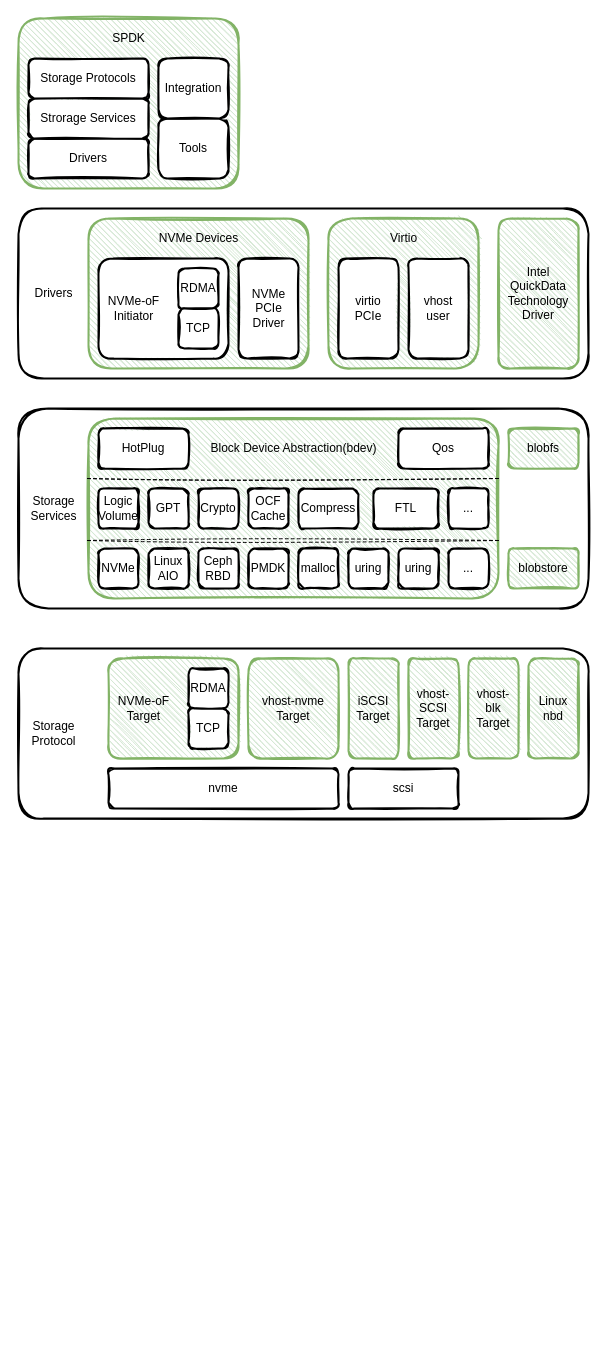
Above: page "spdk" (1 of 6) of spdk/spdk.drawio in EarthWind/deeparch (draw.io), before the change. Source tidied: cells renumbered, new cells numbered last; positions are measured from the earlier drawing's top-left corner, leaving out a move shared by most shapes. Both pictures are drawn from the tidied source at 100%, with x=0, y=0 at pixel (18, 18).
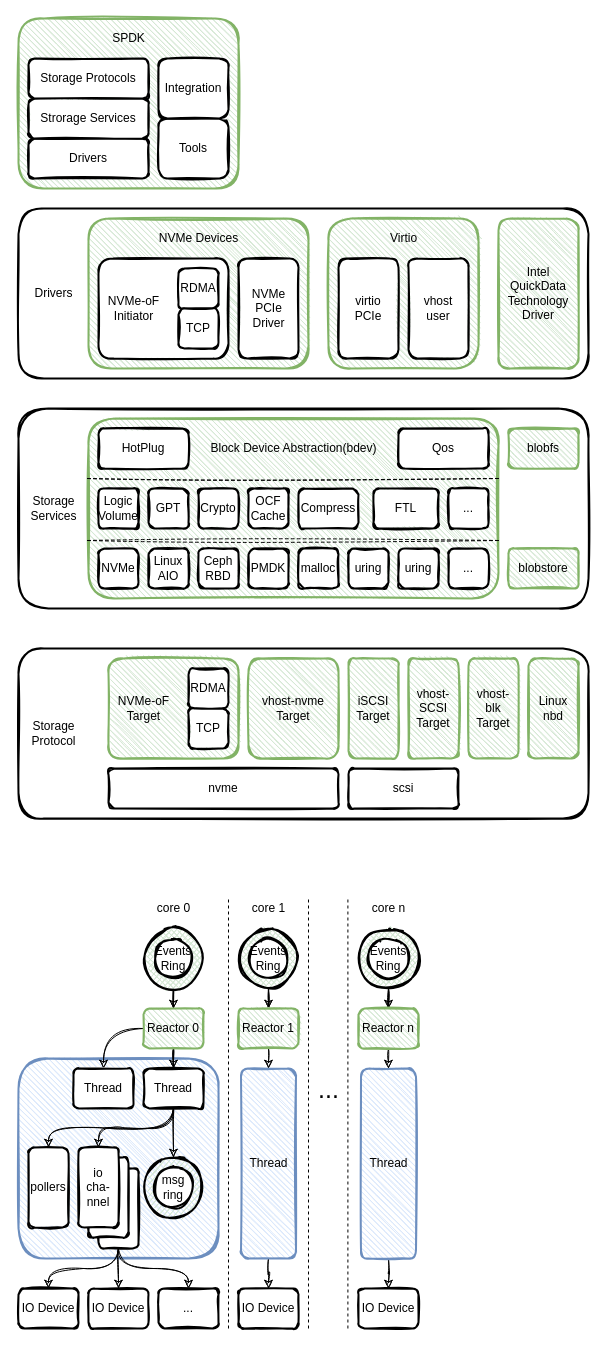
The same diagram, later.

What changed in the source:
```diff
@@
+    <mxCell id="62" style="ellipse;whiteSpace=wrap;html=1;sketch=1;strokeWidth=2;fillColor=#d5e8d4;fillWeight=1;hachureGap=4;strokeColor=none;hachureAngle=45;" parent="1" vertex="1">
+      <mxGeometry x="340" y="910" width="60" height="60" as="geometry" />
+    </mxCell>
+    <mxCell id="63" style="ellipse;whiteSpace=wrap;html=1;sketch=1;strokeWidth=2;fillColor=#d5e8d4;fillWeight=1;hachureGap=4;strokeColor=none;hachureAngle=45;" parent="1" vertex="1">
+      <mxGeometry x="220" y="910" width="60" height="60" as="geometry" />
+    </mxCell>
+    <mxCell id="64" style="ellipse;whiteSpace=wrap;html=1;sketch=1;strokeWidth=2;fillColor=#d5e8d4;fillWeight=1;hachureGap=4;strokeColor=none;hachureAngle=45;" parent="1" vertex="1">
+      <mxGeometry x="125" y="910" width="60" height="60" as="geometry" />
+    </mxCell>
+    <mxCell id="65" style="rounded=1;whiteSpace=wrap;html=1;strokeWidth=2;fillWeight=1;hachureGap=4;hachureAngle=45;sketch=1;fillColor=#dae8fc;strokeColor=#6c8ebf;" parent="1" vertex="1">
+      <mxGeometry y="1040" width="200" height="200" as="geometry" />
+    </mxCell>
+    <mxCell id="66" style="edgeStyle=orthogonalEdgeStyle;curved=1;rounded=0;sketch=1;jettySize=auto;html=1;entryX=0.5;entryY=0;entryDx=0;entryDy=0;exitX=0.5;exitY=1;exitDx=0;exitDy=0;" parent="1" edge="1" source="69" target="87">
+      <mxGeometry relative="1" as="geometry" />
+    </mxCell>
+    <mxCell id="67" style="edgeStyle=orthogonalEdgeStyle;curved=1;rounded=0;sketch=1;jettySize=auto;html=1;entryX=0.5;entryY=0;entryDx=0;entryDy=0;" parent="1" edge="1" source="69" target="88">
+      <mxGeometry relative="1" as="geometry" />
+    </mxCell>
+    <mxCell id="68" style="edgeStyle=orthogonalEdgeStyle;curved=1;rounded=0;sketch=1;jettySize=auto;html=1;entryX=0.5;entryY=0;entryDx=0;entryDy=0;exitX=0.5;exitY=1;exitDx=0;exitDy=0;" parent="1" edge="1" source="69" target="89">
+      <mxGeometry relative="1" as="geometry" />
+    </mxCell>
+    <mxCell id="69" style="rounded=1;whiteSpace=wrap;html=1;strokeWidth=2;fillWeight=4;hachureGap=8;hachureAngle=45;sketch=1;fillColor=#FFFFFF;" parent="1" vertex="1">
+      <mxGeometry x="80" y="1150" width="40" height="80" as="geometry" />
+    </mxCell>
+    <mxCell id="70" style="rounded=1;whiteSpace=wrap;html=1;strokeWidth=2;fillWeight=4;hachureGap=8;hachureAngle=45;sketch=1;fillColor=#FFFFFF;" parent="1" vertex="1">
+      <mxGeometry x="70" y="1139" width="40" height="80" as="geometry" />
+    </mxCell>
+    <mxCell id="71" style="edgeStyle=orthogonalEdgeStyle;rounded=0;jettySize=auto;html=1;entryX=0.5;entryY=0;entryDx=0;entryDy=0;sketch=1;" parent="1" edge="1" source="72" target="75">
+      <mxGeometry relative="1" as="geometry" />
+    </mxCell>
+    <mxCell id="72" style="ellipse;whiteSpace=wrap;html=1;sketch=1;strokeWidth=2;fillColor=#d5e8d4;fillWeight=1;hachureGap=4;" parent="1" vertex="1">
+      <mxGeometry x="125" y="910" width="60" height="60" as="geometry" />
+    </mxCell>
@@
+    <mxCell id="73" style="edgeStyle=orthogonalEdgeStyle;rounded=0;sketch=1;jettySize=auto;html=1;entryX=0.5;entryY=0;entryDx=0;entryDy=0;" parent="1" edge="1" source="75" target="80">
+      <mxGeometry relative="1" as="geometry" />
+    </mxCell>
+    <mxCell id="74" style="edgeStyle=orthogonalEdgeStyle;rounded=0;sketch=1;jettySize=auto;html=1;entryX=0.5;entryY=0;entryDx=0;entryDy=0;curved=1;exitX=0;exitY=0.5;exitDx=0;exitDy=0;" parent="1" edge="1" source="75" target="81">
+      <mxGeometry relative="1" as="geometry" />
+    </mxCell>
+    <mxCell id="75" value="Reactor 0" style="rounded=1;whiteSpace=wrap;html=1;strokeWidth=2;fillWeight=1;hachureGap=4;hachureAngle=45;sketch=1;fillColor=#d5e8d4;strokeColor=#82b366;" parent="1" vertex="1">
+      <mxGeometry x="125" y="990" width="60" height="40" as="geometry" />
+    </mxCell>
+    <mxCell id="76" value="Events&lt;br&gt;Ring" style="ellipse;whiteSpace=wrap;html=1;sketch=1;strokeWidth=2;" parent="1" vertex="1">
+      <mxGeometry x="135" y="920" width="40" height="40" as="geometry" />
+    </mxCell>
+    <mxCell id="77" style="edgeStyle=orthogonalEdgeStyle;curved=1;rounded=0;sketch=1;jettySize=auto;html=1;entryX=0.5;entryY=0;entryDx=0;entryDy=0;exitX=0.5;exitY=1;exitDx=0;exitDy=0;" parent="1" edge="1" source="80" target="82">
+      <mxGeometry relative="1" as="geometry" />
+    </mxCell>
+    <mxCell id="78" style="edgeStyle=orthogonalEdgeStyle;curved=1;rounded=0;sketch=1;jettySize=auto;html=1;entryX=0.5;entryY=0;entryDx=0;entryDy=0;exitX=0.5;exitY=1;exitDx=0;exitDy=0;" parent="1" edge="1" source="80" target="83">
+      <mxGeometry relative="1" as="geometry" />
+    </mxCell>
+    <mxCell id="79" style="edgeStyle=orthogonalEdgeStyle;curved=1;rounded=0;sketch=1;jettySize=auto;html=1;exitX=0.5;exitY=1;exitDx=0;exitDy=0;" parent="1" edge="1" source="80" target="85">
+      <mxGeometry relative="1" as="geometry" />
+    </mxCell>
+    <mxCell id="80" value="Thread" style="rounded=1;whiteSpace=wrap;html=1;strokeWidth=2;fillWeight=4;hachureGap=8;hachureAngle=45;sketch=1;fillColor=#FFFFFF;" parent="1" vertex="1">
+      <mxGeometry x="125" y="1050" width="60" height="40" as="geometry" />
+    </mxCell>
+    <mxCell id="81" value="Thread" style="rounded=1;whiteSpace=wrap;html=1;strokeWidth=2;fillWeight=4;hachureGap=8;hachureAngle=45;sketch=1;fillColor=#FFFFFF;" parent="1" vertex="1">
+      <mxGeometry x="55" y="1050" width="60" height="40" as="geometry" />
+    </mxCell>
+    <mxCell id="82" value="pollers" style="rounded=1;whiteSpace=wrap;html=1;strokeWidth=2;fillWeight=4;hachureGap=8;hachureAngle=45;sketch=1;fillColor=#FFFFFF;" parent="1" vertex="1">
+      <mxGeometry x="10" y="1129" width="40" height="80" as="geometry" />
+    </mxCell>
+    <mxCell id="83" value="io&lt;br&gt;cha-nnel" style="rounded=1;whiteSpace=wrap;html=1;strokeWidth=2;fillWeight=4;hachureGap=8;hachureAngle=45;sketch=1;fillColor=#FFFFFF;" parent="1" vertex="1">
+      <mxGeometry x="60" y="1129" width="40" height="80" as="geometry" />
+    </mxCell>
+    <mxCell id="84" style="group;" parent="1" vertex="1">
+      <mxGeometry x="125" y="1139" width="60" height="60" as="geometry" />
+    </mxCell>
+    <mxCell id="85" style="ellipse;whiteSpace=wrap;html=1;sketch=1;strokeWidth=2;fillColor=#d5e8d4;fillWeight=1;hachureGap=4;" parent="84" vertex="1">
+      <mxGeometry width="60" height="60" as="geometry" />
+    </mxCell>
+    <mxCell id="86" value="msg&lt;br&gt;ring" style="ellipse;whiteSpace=wrap;html=1;sketch=1;strokeWidth=2;" parent="84" vertex="1">
+      <mxGeometry x="10" y="10" width="40" height="40" as="geometry" />
+    </mxCell>
+    <mxCell id="87" value="IO Device" style="rounded=1;whiteSpace=wrap;html=1;strokeWidth=2;fillWeight=4;hachureGap=8;hachureAngle=45;sketch=1;fillColor=#FFFFFF;" parent="1" vertex="1">
+      <mxGeometry y="1270" width="60" height="40" as="geometry" />
+    </mxCell>
+    <mxCell id="88" value="IO Device" style="rounded=1;whiteSpace=wrap;html=1;strokeWidth=2;fillWeight=4;hachureGap=8;hachureAngle=45;sketch=1;fillColor=#FFFFFF;" parent="1" vertex="1">
+      <mxGeometry x="70" y="1270" width="60" height="40" as="geometry" />
+    </mxCell>
+    <mxCell id="89" value="..." style="rounded=1;whiteSpace=wrap;html=1;strokeWidth=2;fillWeight=4;hachureGap=8;hachureAngle=45;sketch=1;fillColor=#FFFFFF;" parent="1" vertex="1">
+      <mxGeometry x="140" y="1270" width="60" height="40" as="geometry" />
+    </mxCell>
+    <mxCell id="90" style="endArrow=none;dashed=1;html=1;" parent="1" edge="1">
+      <mxGeometry relative="1" as="geometry">
+        <mxPoint x="210" y="1310" as="sourcePoint" />
+        <mxPoint x="210" y="880" as="targetPoint" />
+      </mxGeometry>
+    </mxCell>
+    <mxCell id="91" value="core 0" style="text;html=1;align=center;verticalAlign=middle;strokeColor=none;" parent="1" vertex="1">
+      <mxGeometry x="130" y="880" width="50" height="20" as="geometry" />
+    </mxCell>
+    <mxCell id="92" style="edgeStyle=orthogonalEdgeStyle;rounded=0;jettySize=auto;html=1;entryX=0.5;entryY=0;entryDx=0;entryDy=0;sketch=1;" parent="1" edge="1" source="93" target="95">
+      <mxGeometry relative="1" as="geometry" />
+    </mxCell>
+    <mxCell id="93" style="ellipse;whiteSpace=wrap;html=1;sketch=1;strokeWidth=2;fillColor=#d5e8d4;fillWeight=1;hachureGap=4;" parent="1" vertex="1">
+      <mxGeometry x="220" y="910" width="60" height="60" as="geometry" />
+    </mxCell>
+    <mxCell id="94" style="edgeStyle=orthogonalEdgeStyle;rounded=0;sketch=1;jettySize=auto;html=1;entryX=0.5;entryY=0;entryDx=0;entryDy=0;" parent="1" edge="1" source="95">
+      <mxGeometry relative="1" as="geometry">
+        <mxPoint x="250" y="1050" as="targetPoint" />
+      </mxGeometry>
+    </mxCell>
+    <mxCell id="95" value="Reactor 1" style="rounded=1;whiteSpace=wrap;html=1;strokeWidth=2;fillWeight=1;hachureGap=4;hachureAngle=45;sketch=1;fillColor=#d5e8d4;strokeColor=#82b366;" parent="1" vertex="1">
+      <mxGeometry x="220" y="990" width="60" height="40" as="geometry" />
+    </mxCell>
+    <mxCell id="96" value="Events&lt;br&gt;Ring" style="ellipse;whiteSpace=wrap;html=1;sketch=1;strokeWidth=2;" parent="1" vertex="1">
+      <mxGeometry x="230" y="920" width="40" height="40" as="geometry" />
+    </mxCell>
+    <mxCell id="97" style="edgeStyle=orthogonalEdgeStyle;curved=1;rounded=0;sketch=1;jettySize=auto;html=1;entryX=0.5;entryY=0;entryDx=0;entryDy=0;" parent="1" edge="1" source="98" target="99">
+      <mxGeometry relative="1" as="geometry" />
+    </mxCell>
+    <mxCell id="98" value="Thread" style="rounded=1;whiteSpace=wrap;html=1;strokeWidth=2;fillWeight=1;hachureGap=4;hachureAngle=45;sketch=1;fillColor=#dae8fc;strokeColor=#6c8ebf;" parent="1" vertex="1">
+      <mxGeometry x="222.5" y="1050" width="55" height="190" as="geometry" />
+    </mxCell>
+    <mxCell id="99" value="IO Device" style="rounded=1;whiteSpace=wrap;html=1;strokeWidth=2;fillWeight=4;hachureGap=8;hachureAngle=45;sketch=1;fillColor=#FFFFFF;" parent="1" vertex="1">
+      <mxGeometry x="220" y="1270" width="60" height="40" as="geometry" />
+    </mxCell>
+    <mxCell id="100" value="core 1" style="text;html=1;align=center;verticalAlign=middle;strokeColor=none;" parent="1" vertex="1">
+      <mxGeometry x="225" y="880" width="50" height="20" as="geometry" />
+    </mxCell>
+    <mxCell id="101" style="endArrow=none;dashed=1;html=1;" parent="1" edge="1">
+      <mxGeometry relative="1" as="geometry">
+        <mxPoint x="290" y="1310" as="sourcePoint" />
+        <mxPoint x="290" y="880" as="targetPoint" />
+      </mxGeometry>
+    </mxCell>
+    <mxCell id="102" style="endArrow=none;dashed=1;html=1;" parent="1" edge="1">
+      <mxGeometry relative="1" as="geometry">
+        <mxPoint x="329.4" y="1310" as="sourcePoint" />
+        <mxPoint x="329.4" y="880" as="targetPoint" />
+      </mxGeometry>
+    </mxCell>
+    <mxCell id="103" value="..." style="text;html=1;align=center;verticalAlign=middle;strokeColor=none;strokeWidth=1;fontSize=25;" parent="1" vertex="1">
+      <mxGeometry x="290" y="1050" width="40" height="40" as="geometry" />
+    </mxCell>
+    <mxCell id="104" style="edgeStyle=orthogonalEdgeStyle;rounded=0;jettySize=auto;html=1;entryX=0.5;entryY=0;entryDx=0;entryDy=0;sketch=1;" parent="1" edge="1" source="105" target="107">
+      <mxGeometry relative="1" as="geometry" />
+    </mxCell>
+    <mxCell id="105" style="ellipse;whiteSpace=wrap;html=1;sketch=1;strokeWidth=2;fillColor=#d5e8d4;fillWeight=1;hachureGap=4;" parent="1" vertex="1">
+      <mxGeometry x="340" y="910" width="60" height="60" as="geometry" />
+    </mxCell>
+    <mxCell id="106" style="edgeStyle=orthogonalEdgeStyle;rounded=0;sketch=1;jettySize=auto;html=1;entryX=0.5;entryY=0;entryDx=0;entryDy=0;" parent="1" edge="1" source="107">
+      <mxGeometry relative="1" as="geometry">
+        <mxPoint x="370" y="1050" as="targetPoint" />
+      </mxGeometry>
+    </mxCell>
+    <mxCell id="107" value="Reactor n" style="rounded=1;whiteSpace=wrap;html=1;strokeWidth=2;fillWeight=1;hachureGap=4;hachureAngle=45;sketch=1;fillColor=#d5e8d4;strokeColor=#82b366;" parent="1" vertex="1">
+      <mxGeometry x="340" y="990" width="60" height="40" as="geometry" />
+    </mxCell>
+    <mxCell id="108" value="Events&lt;br&gt;Ring" style="ellipse;whiteSpace=wrap;html=1;sketch=1;strokeWidth=2;" parent="1" vertex="1">
+      <mxGeometry x="350" y="920" width="40" height="40" as="geometry" />
+    </mxCell>
+    <mxCell id="109" style="edgeStyle=orthogonalEdgeStyle;curved=1;rounded=0;sketch=1;jettySize=auto;html=1;entryX=0.5;entryY=0;entryDx=0;entryDy=0;" parent="1" edge="1" source="110" target="111">
+      <mxGeometry relative="1" as="geometry" />
+    </mxCell>
+    <mxCell id="110" value="Thread" style="rounded=1;whiteSpace=wrap;html=1;strokeWidth=2;fillWeight=1;hachureGap=4;hachureAngle=45;sketch=1;fillColor=#dae8fc;strokeColor=#6c8ebf;" parent="1" vertex="1">
+      <mxGeometry x="342.5" y="1050" width="55" height="190" as="geometry" />
+    </mxCell>
+    <mxCell id="111" value="IO Device" style="rounded=1;whiteSpace=wrap;html=1;strokeWidth=2;fillWeight=4;hachureGap=8;hachureAngle=45;sketch=1;fillColor=#FFFFFF;" parent="1" vertex="1">
+      <mxGeometry x="340" y="1270" width="60" height="40" as="geometry" />
+    </mxCell>
+    <mxCell id="112" value="core n" style="text;html=1;align=center;verticalAlign=middle;strokeColor=none;" parent="1" vertex="1">
+      <mxGeometry x="345" y="880" width="50" height="20" as="geometry" />
+    </mxCell>
```
